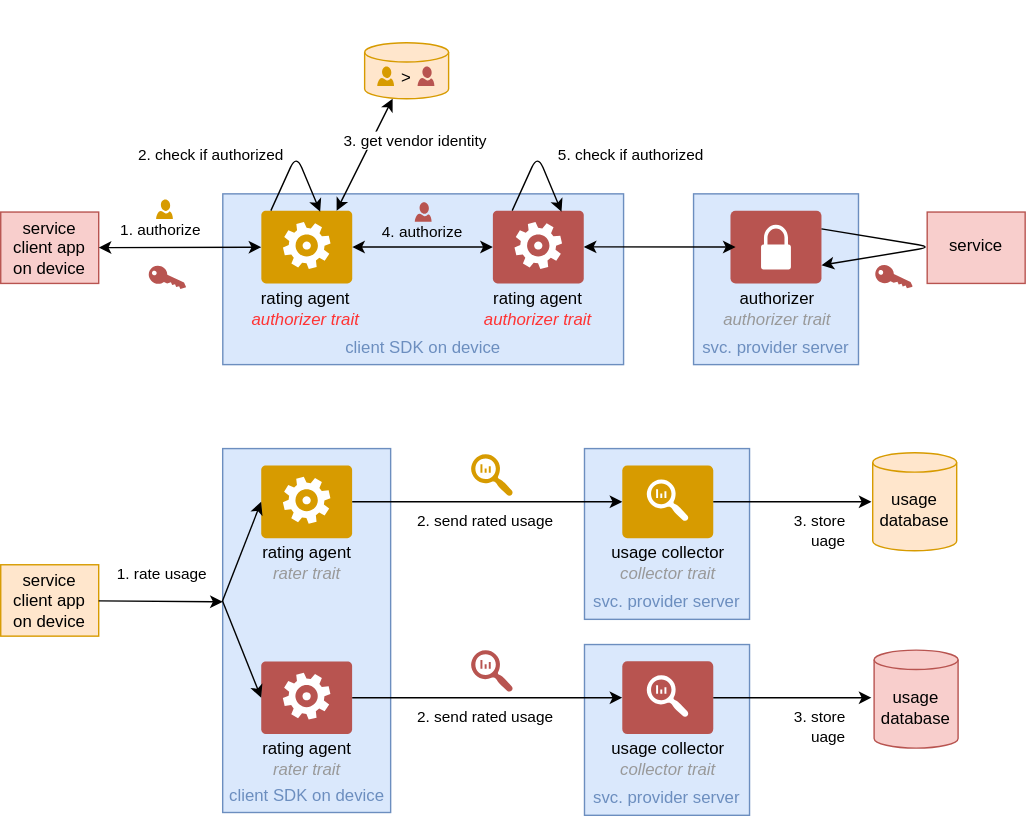
distributed-it-for-telco/distributed-rating-doc keeps this draw.io diagram as src/contract-agent-detailed-composite.drawio.svg. Above is the earlier version. Source tidied: cells renumbered, new cells last; positions are measured from the earlier drawing's top-left corner, leaving out a move shared by most shapes.
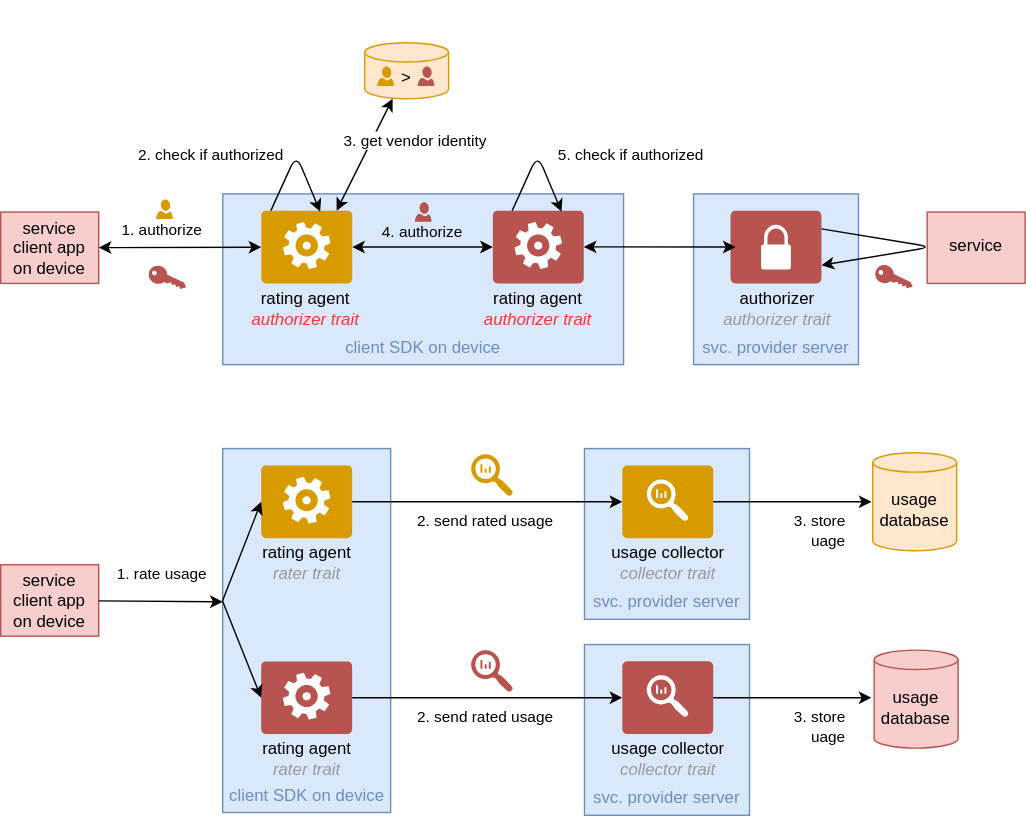
After the change.

Commit message:
wrong color

The edit, as a diff of the source:
```diff
@@ -60,7 +60,7 @@
         <mxPoint x="622.1" y="358" as="targetPoint" />
       </mxGeometry>
     </mxCell>
-    <mxCell id="20" value="service client app&lt;br&gt;on device" style="rounded=0;whiteSpace=wrap;html=1;fillColor=#ffe6cc;strokeColor=#d79b00;verticalAlign=middle;spacingBottom=0;" parent="1" vertex="1">
+    <mxCell id="20" value="service client app&lt;br&gt;on device" style="rounded=0;whiteSpace=wrap;html=1;fillColor=#f8cecc;strokeColor=#b85450;verticalAlign=middle;spacingBottom=0;" parent="1" vertex="1">
       <mxGeometry y="403" width="70" height="51" as="geometry" />
     </mxCell>
     <mxCell id="21" value="&lt;font color=&quot;#000000&quot;&gt;1. rate usage&lt;/font&gt;" style="endArrow=none;html=1;fontColor=#6C8EBF;startArrow=classic;startFill=1;" parent="1" edge="1" target="20">
```
